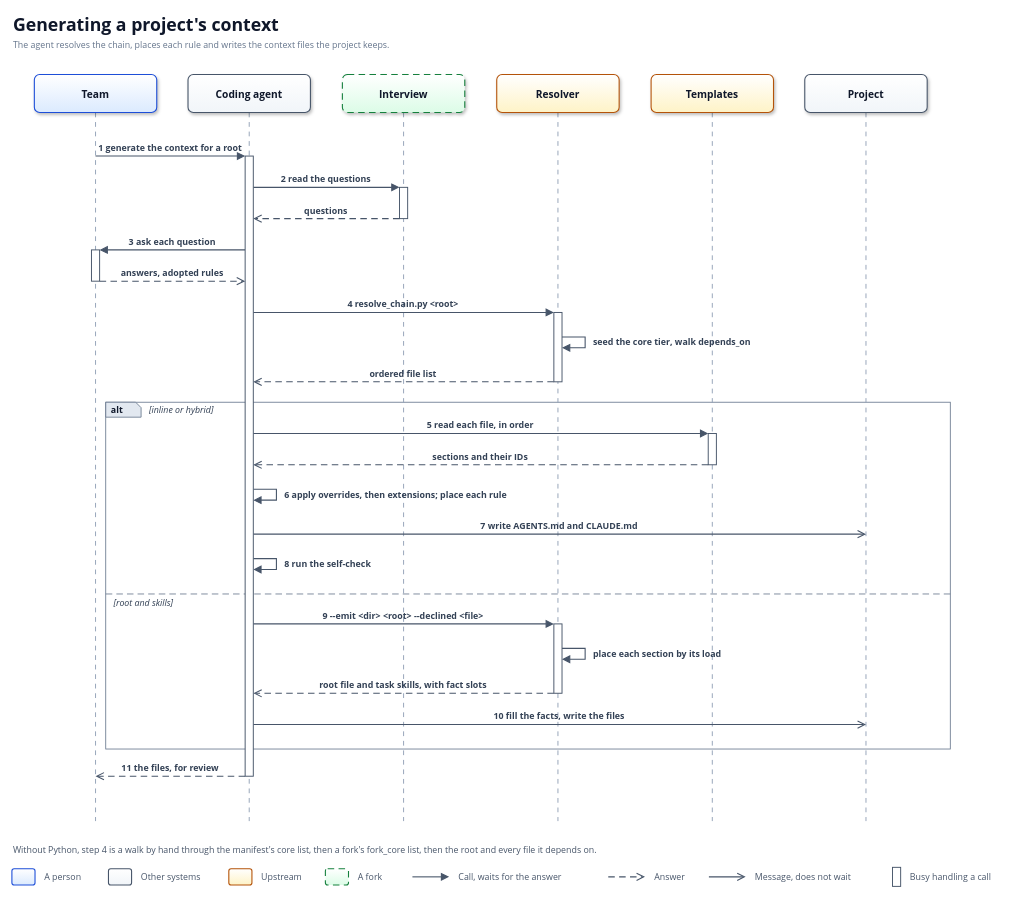
This is docs/diagrams/runtime-generate.drawio from solid-ai-dev/solid-ai-templates, a draw.io file, before an edit. Source tidied: cells renumbered, new cells numbered last; positions are measured from the earlier drawing's top-left corner, leaving out a move shared by most shapes. Both pictures are drawn from the tidied source at 68%, with x=0, y=0 at pixel (12, 12).
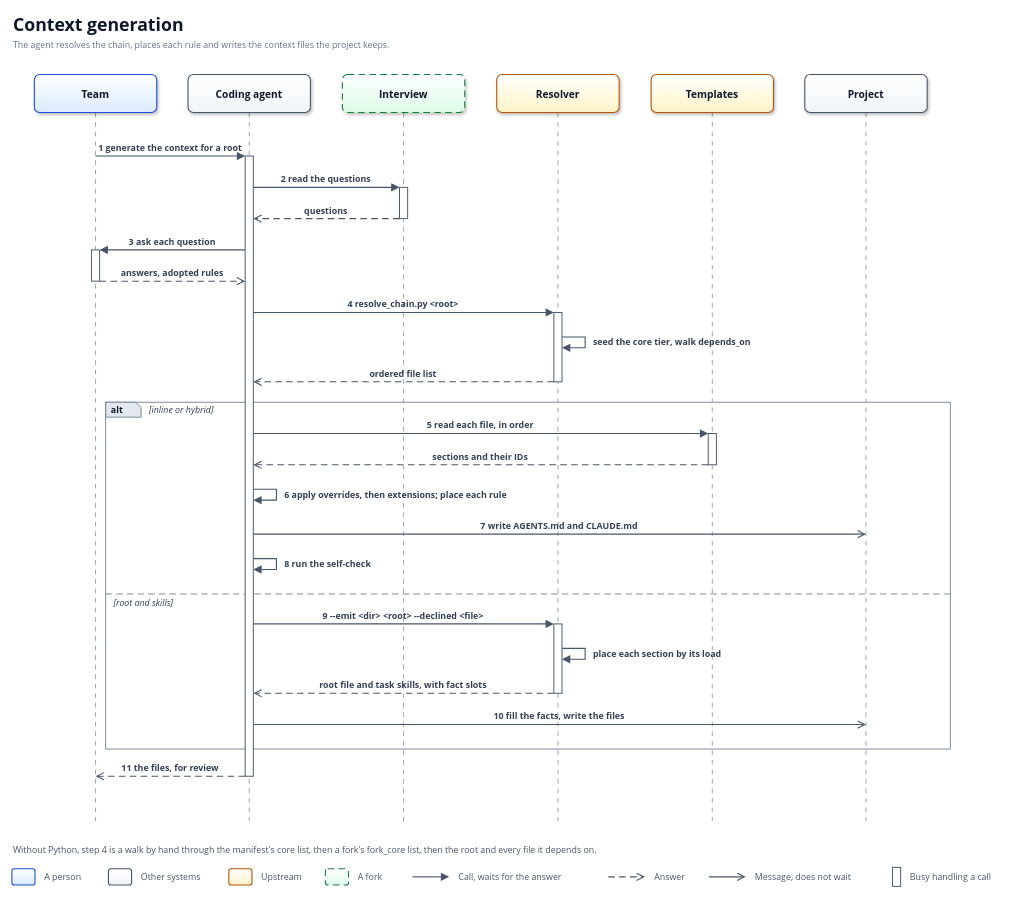
Above is the later version.

What changed in the source:
```diff
@@
-    <mxCell id="9" value="Generating a project's context" style="text;html=1;whiteSpace=wrap;strokeColor=none;fillColor=none;align=left;verticalAlign=middle;fontFamily=Segoe UI;fontSize=26;fontColor=#0F172A;fontStyle=1;" parent="1" vertex="1">
+    <mxCell id="9" value="Context generation" style="text;html=1;whiteSpace=wrap;strokeColor=none;fillColor=none;align=left;verticalAlign=middle;fontFamily=Segoe UI;fontSize=26;fontColor=#0F172A;fontStyle=1;" parent="1" vertex="1">
       <mxGeometry width="1380" height="36" as="geometry" />
     </mxCell>
```
